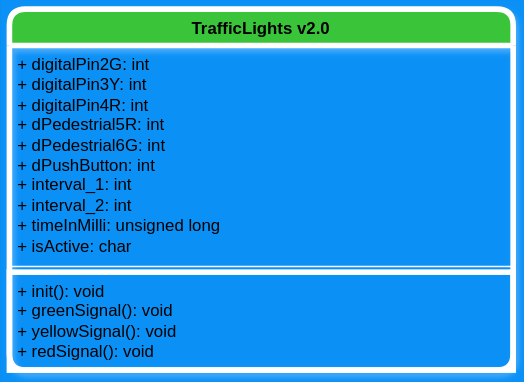
Above: diagrams/ClassDiagram.drawio.svg in SamRB-dev/Traffic_Light_System (draw.io), before the change. Source tidied: cells renumbered, new cells last; positions are measured from the earlier drawing's top-left corner, leaving out a move shared by most shapes.
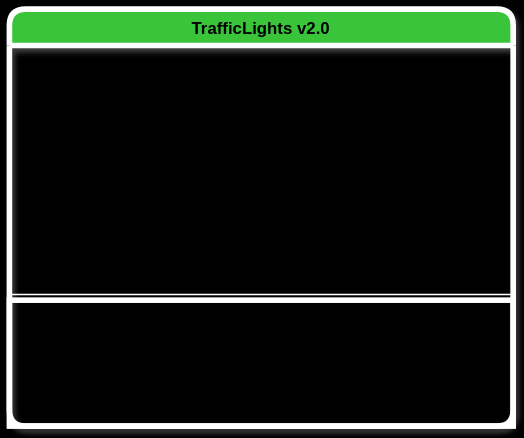
The same diagram one commit later.

The edit, as a diff of the source:
```diff
@@ -1,18 +1,18 @@
-<mxGraphModel background="#1499FF">
+<mxGraphModel>
   <root>
     <mxCell id="0" />
     <mxCell id="1" parent="0" />
     <mxCell id="2" value="&lt;div&gt;TrafficLights v2.0&lt;/div&gt;" style="swimlane;fontStyle=1;align=center;verticalAlign=top;horizontal=1;startSize=26;whiteSpace=wrap;html=1;labelBackgroundColor=none;fillColor=#008a00;fontColor=#ffffff;strokeColor=default;strokeWidth=4;perimeterSpacing=0;rounded=1;glass=0;shadow=1;" parent="1" vertex="1">
-      <mxGeometry width="360" height="258" as="geometry" />
+      <mxGeometry width="360" height="298" as="geometry" />
     </mxCell>
-    <mxCell id="3" value="&lt;div&gt;+ digitalPin2G: int&lt;/div&gt;&lt;div&gt;+ digitalPin3Y: int&lt;/div&gt;&lt;div&gt;+ digitalPin4R: int&lt;/div&gt;&lt;div&gt;+ dPedestrial5R: int&lt;/div&gt;&lt;div&gt;+ dPedestrial6G: int&lt;/div&gt;&lt;div&gt;+ dPushButton: int&lt;br&gt;&lt;/div&gt;&lt;div&gt;+ interval_1: int&lt;/div&gt;&lt;div&gt;+ interval_2: int&lt;/div&gt;&lt;div&gt;+ timeInMilli: unsigned long&lt;/div&gt;&lt;div&gt;+ isActive: char&lt;br&gt;&lt;/div&gt;&lt;div&gt;&lt;br&gt;&lt;/div&gt;" style="text;strokeColor=none;fillColor=none;align=left;verticalAlign=top;spacingLeft=4;spacingRight=4;overflow=hidden;whiteSpace=wrap;html=1;strokeWidth=5;rounded=0;glass=0;fontColor=#FFFFFF;" parent="2" vertex="1">
-      <mxGeometry y="26" width="360" height="154" as="geometry" />
-    </mxCell>
-    <mxCell id="4" style="line;strokeWidth=1;fillColor=none;align=left;verticalAlign=middle;spacingTop=-1;spacingLeft=3;spacingRight=3;labelPosition=right;strokeColor=inherit;" parent="2" vertex="1">
-      <mxGeometry y="180" width="360" height="8" as="geometry" />
-    </mxCell>
+    <mxCell id="6" value="&lt;div&gt;+ digitalPin2G: int&lt;/div&gt;&lt;div&gt;+ digitalPin3Y: int&lt;/div&gt;&lt;div&gt;+ digitalPin4R: int&lt;/div&gt;&lt;div&gt;+ dPedestrial5R: int&lt;/div&gt;&lt;div&gt;+ dPedestrial6G: int&lt;/div&gt;&lt;div&gt;+ dPushButton: int&lt;br&gt;&lt;/div&gt;&lt;div&gt;+ interval_1: int&lt;/div&gt;&lt;div&gt;+ interval_2: int&lt;/div&gt;&lt;div&gt;+ interval_3: int&lt;br&gt;&lt;/div&gt;&lt;div&gt;+ timeInMilli: unsigned long&lt;/div&gt;&lt;div&gt;+ isActive: char&lt;br&gt;&lt;/div&gt;&lt;div&gt;&lt;br&gt;&lt;/div&gt;" style="text;strokeColor=none;fillColor=none;align=left;verticalAlign=top;spacingLeft=4;spacingRight=4;overflow=hidden;whiteSpace=wrap;html=1;strokeWidth=5;rounded=0;glass=0;fontColor=#FFFFFF;" parent="2" vertex="1">
+      <mxGeometry y="26" width="360" height="174" as="geometry" />
+    </mxCell>
+    <mxCell id="7" style="line;strokeWidth=1;fillColor=none;align=left;verticalAlign=middle;spacingTop=-1;spacingLeft=3;spacingRight=3;labelPosition=right;strokeColor=inherit;" parent="2" vertex="1">
+      <mxGeometry y="200" width="360" height="8" as="geometry" />
+    </mxCell>
     <mxCell id="5" value="&lt;div&gt;+ init(): void&lt;/div&gt;&lt;div&gt;+ greenSignal(): void&lt;/div&gt;&lt;div&gt;+ yellowSignal(): void&lt;/div&gt;&lt;div&gt;+ redSignal(): void&lt;br&gt;&lt;/div&gt;" style="text;strokeColor=default;fillColor=none;align=left;verticalAlign=top;spacingLeft=4;spacingRight=4;overflow=hidden;whiteSpace=wrap;html=1;labelBorderColor=none;strokeWidth=4;fontColor=#FFFFFF;" parent="2" vertex="1">
-      <mxGeometry y="188" width="360" height="70" as="geometry" />
+      <mxGeometry y="208" width="360" height="90" as="geometry" />
     </mxCell>
   </root>
 </mxGraphModel>
```
